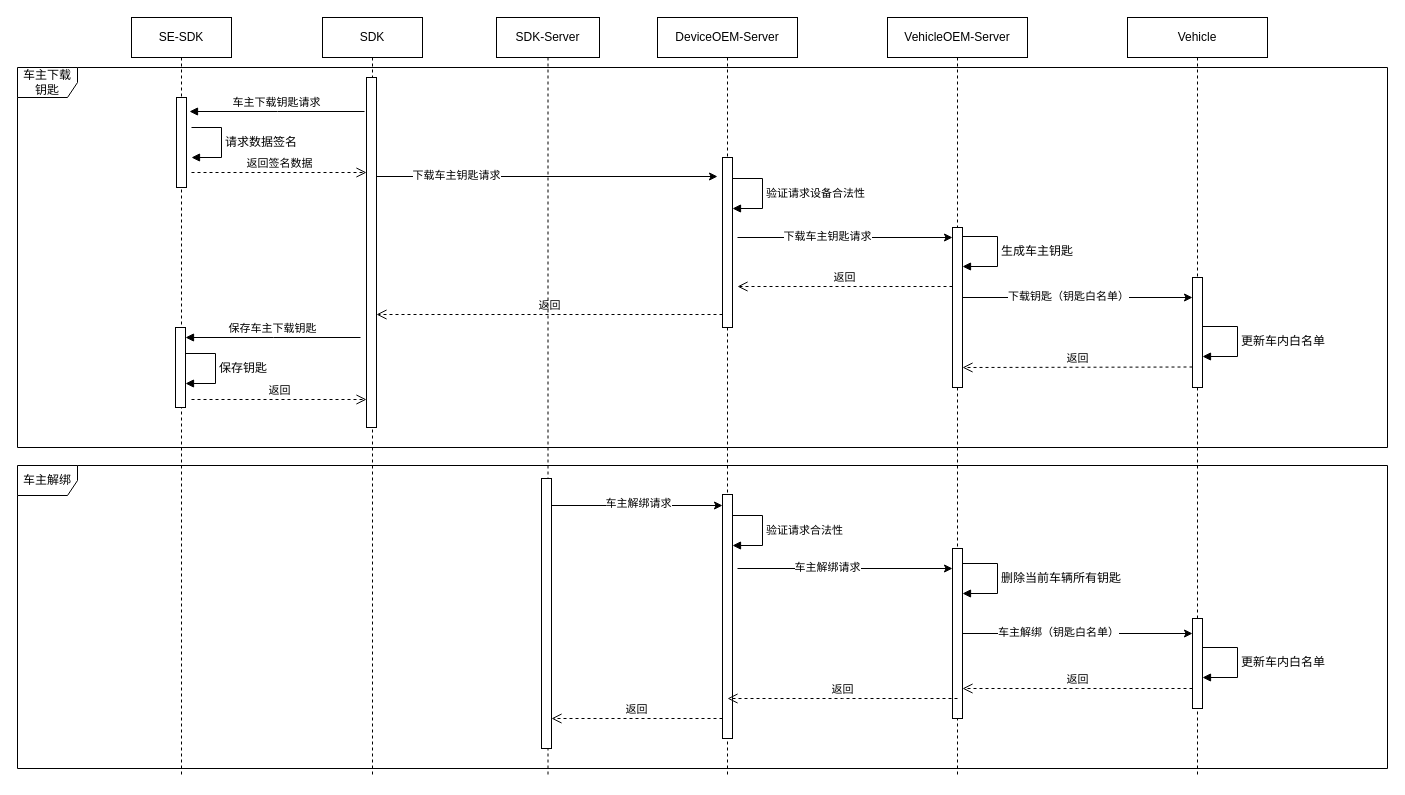
Earlier version of the draw.io diagram 车主下载钥匙.drawio (jianguocong/chart). Source tidied: cells renumbered, new cells numbered last; positions are measured from the earlier drawing's top-left corner, leaving out a move shared by most shapes. Both pictures are drawn from the tidied source at 100%, with x=0, y=0 at pixel (17, 17).
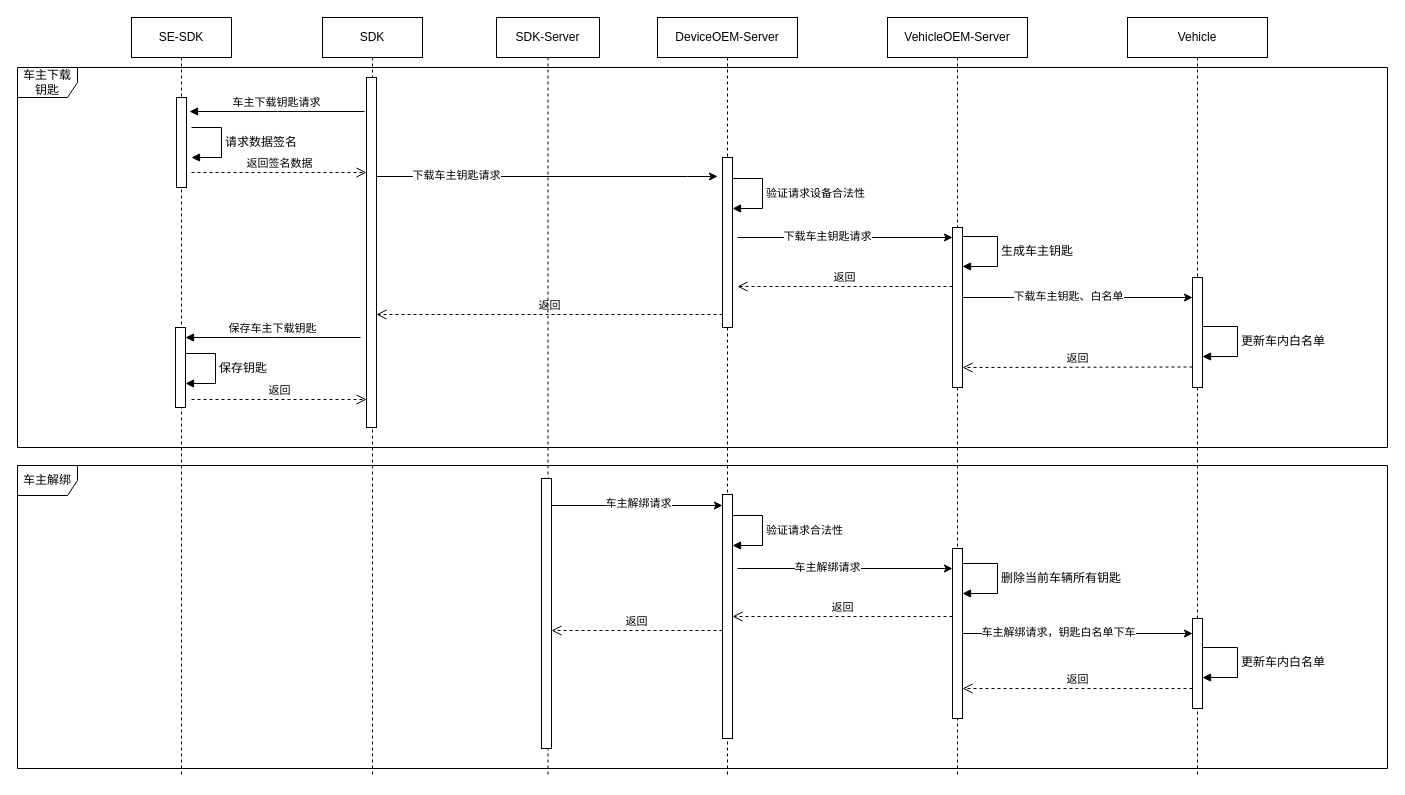
Above is the later version.

Unchanged cells that the change refers to:
```xml
<mxCell id="5" style="html=1;points=[];perimeter=orthogonalPerimeter;outlineConnect=0;targetShapes=umlLifeline;portConstraint=eastwest;newEdgeStyle={&quot;edgeStyle&quot;:&quot;elbowEdgeStyle&quot;,&quot;elbow&quot;:&quot;vertical&quot;,&quot;curved&quot;:0,&quot;rounded&quot;:0};" parent="4" vertex="1">
  <mxGeometry x="44" y="60" width="10" height="350" as="geometry" />
</mxCell>
<mxCell id="33" style="html=1;points=[];perimeter=orthogonalPerimeter;outlineConnect=0;targetShapes=umlLifeline;portConstraint=eastwest;newEdgeStyle={&quot;edgeStyle&quot;:&quot;elbowEdgeStyle&quot;,&quot;elbow&quot;:&quot;vertical&quot;,&quot;curved&quot;:0,&quot;rounded&quot;:0};" parent="1" vertex="1">
  <mxGeometry x="935" y="531" width="10" height="170" as="geometry" />
</mxCell>
<mxCell id="41" style="endArrow=classic;html=1;rounded=0;" parent="1" edge="1">
  <mxGeometry relative="1" as="geometry">
    <mxPoint x="945" y="616" as="sourcePoint" />
    <mxPoint x="1175" y="616" as="targetPoint" />
  </mxGeometry>
</mxCell>
<mxCell id="47" style="endArrow=classic;html=1;rounded=0;" parent="1" edge="1" target="14">
  <mxGeometry relative="1" as="geometry">
    <mxPoint x="945" y="280" as="sourcePoint" />
  </mxGeometry>
</mxCell>
```

The edit, as a diff of the source:
```diff
@@
     <mxCell id="16" style="endArrow=classic;html=1;rounded=0;" parent="1" edge="1" source="5">
       <mxGeometry relative="1" as="geometry">
         <mxPoint x="700" y="159" as="targetPoint" />
+        <Array as="points">
+          <mxPoint x="670" y="159" />
+        </Array>
       </mxGeometry>
     </mxCell>
@@
     <mxCell id="38" value="返回" style="html=1;verticalAlign=bottom;endArrow=open;dashed=1;endSize=8;edgeStyle=elbowEdgeStyle;elbow=vertical;curved=0;rounded=0;" parent="1" edge="1">
       <mxGeometry relative="1" as="geometry">
-        <mxPoint x="705" y="701" as="sourcePoint" />
-        <mxPoint x="534" y="701" as="targetPoint" />
+        <mxPoint x="705" y="613" as="sourcePoint" />
+        <mxPoint x="534" y="613" as="targetPoint" />
       </mxGeometry>
     </mxCell>
@@
-    <mxCell id="42" value="车主解绑（钥匙白名单）" style="edgeLabel;html=1;align=center;verticalAlign=middle;" parent="41" vertex="1">
+    <mxCell id="42" value="车主解绑请求，钥匙白名单下车" style="edgeLabel;html=1;align=center;verticalAlign=middle;" parent="41" vertex="1">
       <mxGeometry x="-0.17" y="2" relative="1" as="geometry" />
     </mxCell>
@@
-    <mxCell id="46" value="返回" style="html=1;verticalAlign=bottom;endArrow=open;dashed=1;endSize=8;edgeStyle=elbowEdgeStyle;elbow=vertical;curved=0;rounded=0;" parent="1" edge="1">
+    <mxCell id="46" value="返回" style="html=1;verticalAlign=bottom;endArrow=open;dashed=1;endSize=8;edgeStyle=elbowEdgeStyle;elbow=vertical;curved=0;rounded=0;" parent="1" edge="1" source="33">
       <mxGeometry relative="1" as="geometry">
-        <mxPoint x="940" y="681" as="sourcePoint" />
-        <mxPoint x="710" y="681" as="targetPoint" />
+        <mxPoint x="715" y="598.5" as="targetPoint" />
+        <Array as="points">
+          <mxPoint x="940" y="599" />
+        </Array>
       </mxGeometry>
     </mxCell>
@@
-    <mxCell id="48" value="下载钥匙（钥匙白名单）" style="edgeLabel;html=1;align=center;verticalAlign=middle;" parent="47" vertex="1">
+    <mxCell id="48" value="下载车主钥匙、白名单" style="edgeLabel;html=1;align=center;verticalAlign=middle;" parent="47" vertex="1">
       <mxGeometry x="-0.17" y="2" relative="1" as="geometry">
         <mxPoint x="10" as="offset" />
       </mxGeometry>
     </mxCell>
```
